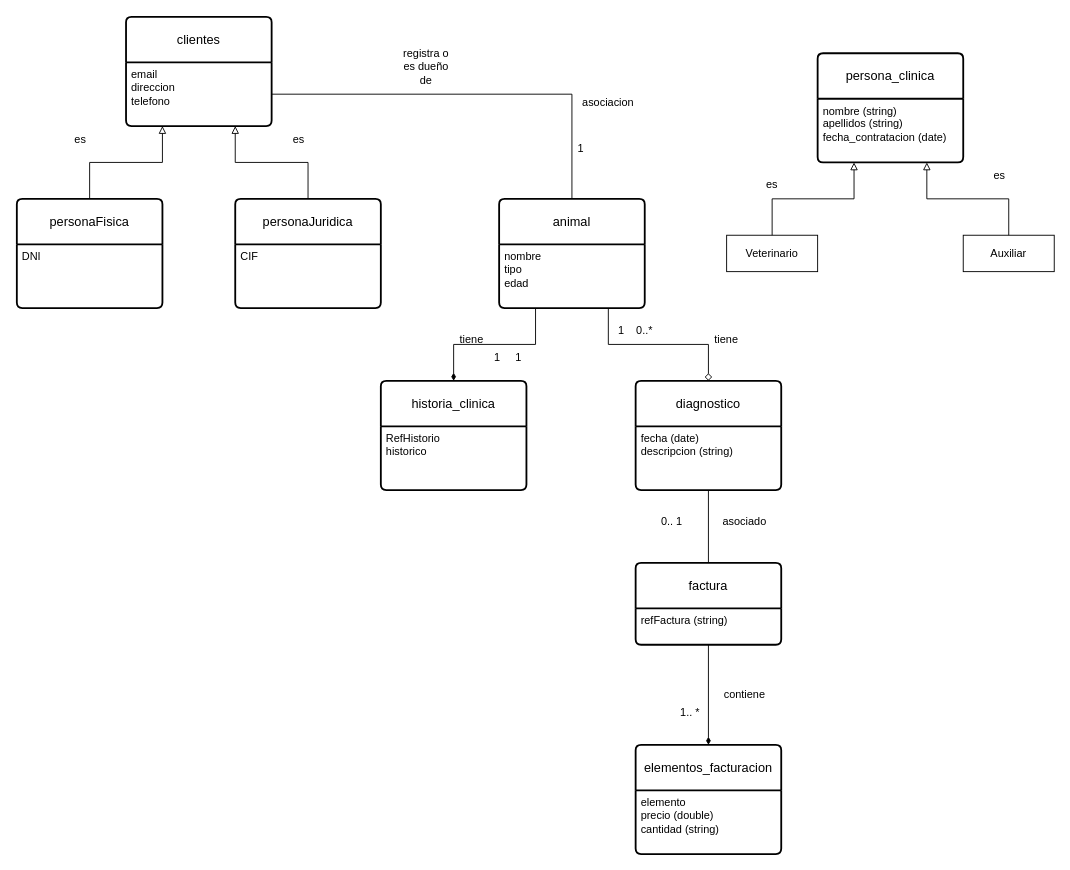
This is A15.2 Diagrama 4_ Clínica Veterinaria+JMBC.drawio from westones/Entornos, a draw.io file, before an edit. Source tidied: cells renumbered, new cells numbered last; positions are measured from the earlier drawing's top-left corner, leaving out a move shared by most shapes. Both pictures are drawn from the tidied source at 91%, with x=0, y=0 at pixel (16, 16).
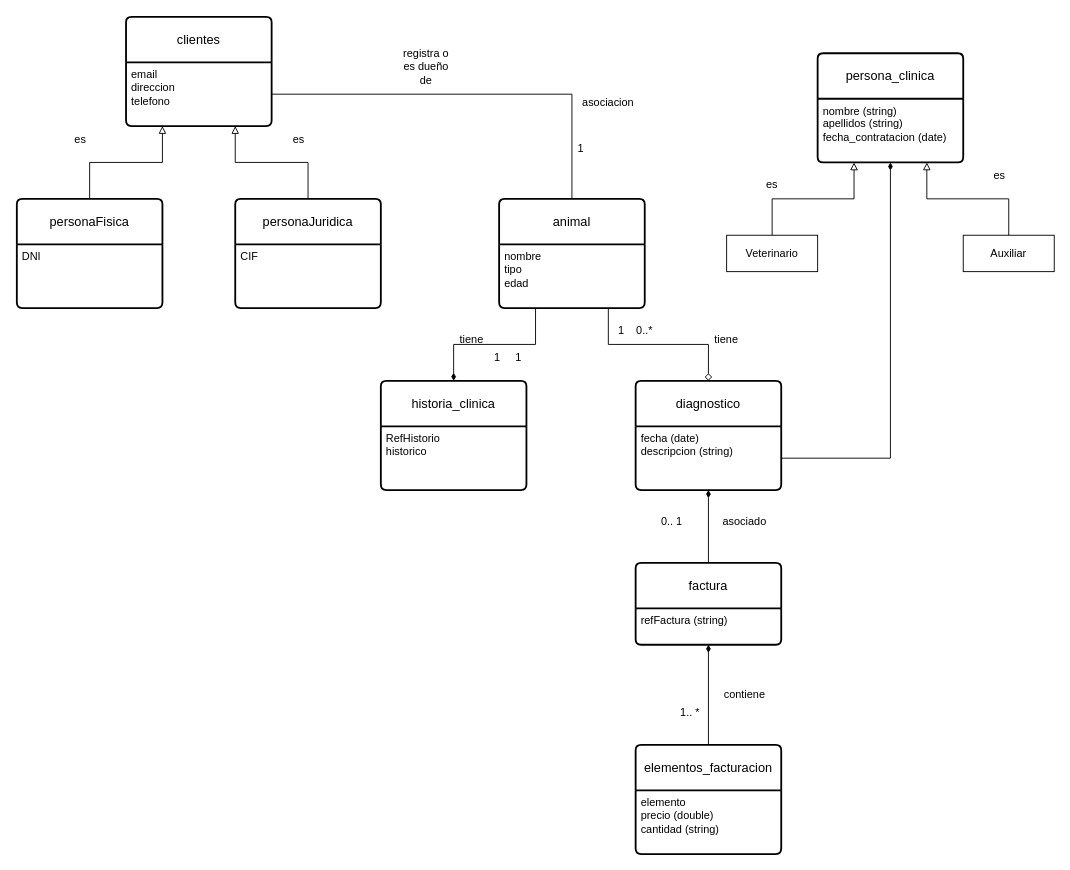
The same page after the edit.

Commit message:
feat: Corregido dos errores en asociacion

The change refers to these unchanged cells:
```xml
<mxCell id="7" value="fecha (date)&lt;div&gt;descripcion&amp;nbsp;&lt;span style=&quot;background-color: transparent; color: light-dark(rgb(0, 0, 0), rgb(255, 255, 255));&quot;&gt;(string)&lt;/span&gt;&lt;/div&gt;" style="align=left;strokeColor=none;fillColor=none;spacingLeft=4;spacingRight=4;fontSize=12;verticalAlign=top;html=1;whiteSpace=wrap;" parent="6" vertex="1">
  <mxGeometry y="50" width="160" height="70" as="geometry" />
</mxCell>
<mxCell id="8" value="factura" style="swimlane;horizontal=1;startSize=50;rounded=1;fontSize=14;fontStyle=0;strokeWidth=2;shadow=0;dashed=0;align=center;arcSize=4;whiteSpace=wrap;html=1;" parent="1" vertex="1">
  <mxGeometry x="680" y="600" width="160" height="90" as="geometry" />
</mxCell>
<mxCell id="9" value="refFactura (string)" style="align=left;strokeColor=none;fillColor=none;spacingLeft=4;spacingRight=4;fontSize=12;verticalAlign=top;html=1;whiteSpace=wrap;" parent="8" vertex="1">
  <mxGeometry y="50" width="160" height="40" as="geometry" />
</mxCell>
<mxCell id="10" value="elementos_facturacion" style="swimlane;horizontal=1;startSize=50;rounded=1;fontSize=14;fontStyle=0;strokeWidth=2;shadow=0;dashed=0;align=center;arcSize=4;whiteSpace=wrap;html=1;" parent="1" vertex="1">
  <mxGeometry x="680" y="800" width="160" height="120" as="geometry" />
</mxCell>
<mxCell id="15" value="nombre (string)&lt;div&gt;apellidos (string)&lt;/div&gt;&lt;div&gt;fecha_contratacion (date)&lt;/div&gt;" style="align=left;strokeColor=none;fillColor=none;spacingLeft=4;spacingRight=4;fontSize=12;verticalAlign=top;html=1;whiteSpace=wrap;" parent="14" vertex="1">
  <mxGeometry y="50" width="160" height="70" as="geometry" />
</mxCell>
```

Change to the diagram source:
```diff
@@
-    <mxCell id="20" style="edgeStyle=orthogonalEdgeStyle;rounded=0;jettySize=auto;html=1;exitX=0.5;exitY=1;exitDx=0;exitDy=0;entryX=0.5;entryY=0;entryDx=0;entryDy=0;endArrow=none;endFill=0;" parent="1" edge="1" source="7" target="8">
+    <mxCell id="20" style="edgeStyle=orthogonalEdgeStyle;rounded=0;jettySize=auto;html=1;exitX=0.5;exitY=1;exitDx=0;exitDy=0;entryX=0.5;entryY=0;entryDx=0;entryDy=0;endArrow=none;endFill=0;startArrow=diamondThin;startFill=1;" parent="1" edge="1" source="7" target="8">
       <mxGeometry relative="1" as="geometry" />
     </mxCell>
-    <mxCell id="21" style="edgeStyle=orthogonalEdgeStyle;rounded=0;jettySize=auto;html=1;exitX=0.5;exitY=1;exitDx=0;exitDy=0;entryX=0.5;entryY=0;entryDx=0;entryDy=0;endArrow=diamondThin;endFill=1;" parent="1" edge="1" source="9" target="10">
+    <mxCell id="21" style="edgeStyle=orthogonalEdgeStyle;rounded=0;jettySize=auto;html=1;exitX=0.5;exitY=1;exitDx=0;exitDy=0;entryX=0.5;entryY=0;entryDx=0;entryDy=0;endArrow=none;endFill=0;startArrow=diamondThin;startFill=1;" parent="1" edge="1" source="9" target="10">
       <mxGeometry relative="1" as="geometry" />
     </mxCell>
@@
+    <mxCell id="46" style="edgeStyle=orthogonalEdgeStyle;rounded=0;jettySize=auto;html=1;exitX=0.5;exitY=1;exitDx=0;exitDy=0;entryX=1;entryY=0.5;entryDx=0;entryDy=0;endArrow=none;endFill=0;startArrow=diamondThin;startFill=1;" parent="1" edge="1" source="15" target="7">
+      <mxGeometry relative="1" as="geometry" />
+    </mxCell>
```
